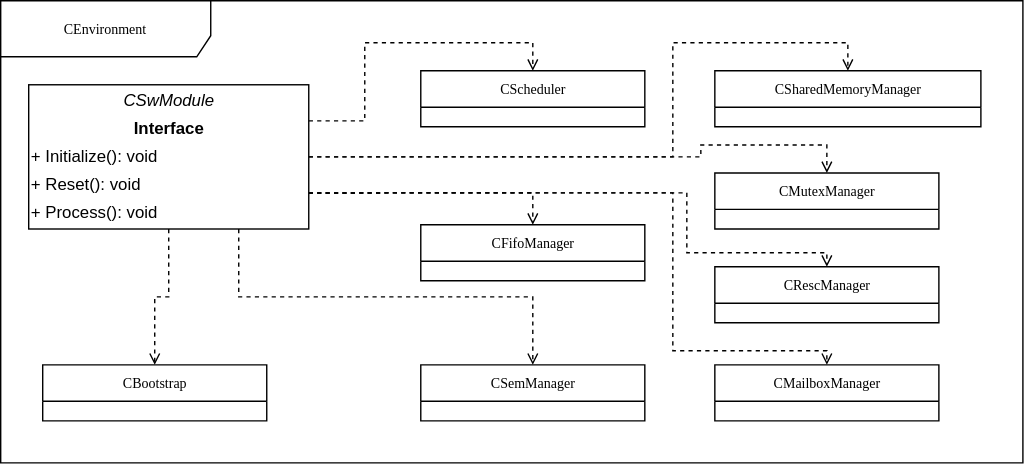
Above: svg/os-layer.svg in alexiscabana/mse_thesis (draw.io), before the change. Source tidied: cells renumbered, new cells last; positions are measured from the earlier drawing's top-left corner, leaving out a move shared by most shapes. Source of this version:
```xml
<mxGraphModel background="#ffffff">
  <root>
    <mxCell id="0" />
    <mxCell id="1" parent="0" />
    <mxCell id="2" value="CEnvironment" style="shape=umlFrame;whiteSpace=wrap;html=1;rounded=0;shadow=0;comic=0;labelBackgroundColor=none;strokeWidth=1;fontFamily=Verdana;fontSize=10;align=center;width=150;height=40;" parent="1" vertex="1">
      <mxGeometry width="730" height="330" as="geometry" />
    </mxCell>
    <mxCell id="3" value="CScheduler" style="swimlane;html=1;fontStyle=0;horizontal=1;startSize=26;fillColor=none;swimlaneFillColor=#ffffff;rounded=0;shadow=0;comic=0;labelBackgroundColor=none;strokeWidth=1;fontFamily=Verdana;fontSize=10;align=center;" parent="1" vertex="1">
      <mxGeometry x="300" y="50" width="160" height="40" as="geometry" />
    </mxCell>
    <mxCell id="4" style="edgeStyle=orthogonalEdgeStyle;rounded=0;jettySize=auto;html=1;exitX=0.5;exitY=1;exitDx=0;exitDy=0;entryX=0.5;entryY=0;entryDx=0;entryDy=0;dashed=1;endArrow=open;endFill=0;" parent="1" edge="1" source="12" target="13">
      <mxGeometry relative="1" as="geometry" />
    </mxCell>
    <mxCell id="5" style="edgeStyle=orthogonalEdgeStyle;rounded=0;jettySize=auto;html=1;exitX=1;exitY=0.75;exitDx=0;exitDy=0;entryX=0.5;entryY=0;entryDx=0;entryDy=0;dashed=1;endArrow=open;endFill=0;" parent="1" edge="1" source="12" target="14">
      <mxGeometry relative="1" as="geometry" />
    </mxCell>
    <mxCell id="6" style="edgeStyle=orthogonalEdgeStyle;rounded=0;jettySize=auto;html=1;exitX=1;exitY=0.25;exitDx=0;exitDy=0;entryX=0.5;entryY=0;entryDx=0;entryDy=0;dashed=1;endArrow=open;endFill=0;" parent="1" edge="1" source="12" target="3">
      <mxGeometry relative="1" as="geometry" />
    </mxCell>
    <mxCell id="7" style="edgeStyle=orthogonalEdgeStyle;rounded=0;jettySize=auto;html=1;exitX=1;exitY=0.5;exitDx=0;exitDy=0;entryX=0.5;entryY=0;entryDx=0;entryDy=0;dashed=1;endArrow=open;endFill=0;" parent="1" edge="1" source="12" target="17">
      <mxGeometry relative="1" as="geometry">
        <Array as="points">
          <mxPoint x="480" y="112" />
          <mxPoint x="480" y="30" />
          <mxPoint x="605" y="30" />
        </Array>
      </mxGeometry>
    </mxCell>
    <mxCell id="8" style="edgeStyle=orthogonalEdgeStyle;rounded=0;jettySize=auto;html=1;exitX=1;exitY=0.5;exitDx=0;exitDy=0;entryX=0.5;entryY=0;entryDx=0;entryDy=0;dashed=1;endArrow=open;endFill=0;" parent="1" edge="1" source="12" target="18">
      <mxGeometry relative="1" as="geometry">
        <Array as="points">
          <mxPoint x="500" y="112" />
          <mxPoint x="500" y="103" />
          <mxPoint x="590" y="103" />
        </Array>
      </mxGeometry>
    </mxCell>
    <mxCell id="9" style="edgeStyle=orthogonalEdgeStyle;rounded=0;jettySize=auto;html=1;exitX=1;exitY=0.75;exitDx=0;exitDy=0;entryX=0.5;entryY=0;entryDx=0;entryDy=0;dashed=1;endArrow=open;endFill=0;" parent="1" edge="1" source="12" target="19">
      <mxGeometry relative="1" as="geometry">
        <Array as="points">
          <mxPoint x="490" y="137" />
          <mxPoint x="490" y="180" />
          <mxPoint x="590" y="180" />
        </Array>
      </mxGeometry>
    </mxCell>
    <mxCell id="10" style="edgeStyle=orthogonalEdgeStyle;rounded=0;jettySize=auto;html=1;exitX=1;exitY=0.75;exitDx=0;exitDy=0;entryX=0.5;entryY=0;entryDx=0;entryDy=0;dashed=1;endArrow=open;endFill=0;" parent="1" edge="1" source="12" target="16">
      <mxGeometry relative="1" as="geometry">
        <Array as="points">
          <mxPoint x="480" y="137" />
          <mxPoint x="480" y="250" />
          <mxPoint x="590" y="250" />
        </Array>
      </mxGeometry>
    </mxCell>
    <mxCell id="11" style="edgeStyle=orthogonalEdgeStyle;rounded=0;jettySize=auto;html=1;exitX=0.75;exitY=1;exitDx=0;exitDy=0;entryX=0.5;entryY=0;entryDx=0;entryDy=0;dashed=1;endArrow=open;endFill=0;" parent="1" edge="1" source="12" target="15">
      <mxGeometry relative="1" as="geometry" />
    </mxCell>
    <mxCell id="12" style="verticalAlign=top;align=left;overflow=fill;fontSize=12;fontFamily=Helvetica;html=1;rounded=0;shadow=0;comic=0;labelBackgroundColor=none;strokeWidth=1;" parent="1" vertex="1">
      <mxGeometry x="20" y="60" width="200" height="103" as="geometry" />
    </mxCell>
    <mxCell id="13" value="CBootstrap" style="swimlane;html=1;fontStyle=0;horizontal=1;startSize=26;fillColor=none;swimlaneFillColor=#ffffff;rounded=0;shadow=0;comic=0;labelBackgroundColor=none;strokeWidth=1;fontFamily=Verdana;fontSize=10;align=center;" parent="1" vertex="1">
      <mxGeometry x="30" y="260" width="160" height="40" as="geometry" />
    </mxCell>
    <mxCell id="14" value="CFifoManager" style="swimlane;html=1;fontStyle=0;horizontal=1;startSize=26;fillColor=none;swimlaneFillColor=#ffffff;rounded=0;shadow=0;comic=0;labelBackgroundColor=none;strokeWidth=1;fontFamily=Verdana;fontSize=10;align=center;" parent="1" vertex="1">
      <mxGeometry x="300" y="160" width="160" height="40" as="geometry" />
    </mxCell>
    <mxCell id="15" value="CSemManager" style="swimlane;html=1;fontStyle=0;horizontal=1;startSize=26;fillColor=none;swimlaneFillColor=#ffffff;rounded=0;shadow=0;comic=0;labelBackgroundColor=none;strokeWidth=1;fontFamily=Verdana;fontSize=10;align=center;" parent="1" vertex="1">
      <mxGeometry x="300" y="260" width="160" height="40" as="geometry" />
    </mxCell>
    <mxCell id="16" value="CMailboxManager" style="swimlane;html=1;fontStyle=0;horizontal=1;startSize=26;fillColor=none;swimlaneFillColor=#ffffff;rounded=0;shadow=0;comic=0;labelBackgroundColor=none;strokeWidth=1;fontFamily=Verdana;fontSize=10;align=center;" parent="1" vertex="1">
      <mxGeometry x="510" y="260" width="160" height="40" as="geometry" />
    </mxCell>
    <mxCell id="17" value="CSharedMemoryManager" style="swimlane;html=1;fontStyle=0;horizontal=1;startSize=26;fillColor=none;swimlaneFillColor=#ffffff;rounded=0;shadow=0;comic=0;labelBackgroundColor=none;strokeWidth=1;fontFamily=Verdana;fontSize=10;align=center;" parent="1" vertex="1">
      <mxGeometry x="510" y="50" width="190" height="40" as="geometry" />
    </mxCell>
    <mxCell id="18" value="CMutexManager" style="swimlane;html=1;fontStyle=0;horizontal=1;startSize=26;fillColor=none;swimlaneFillColor=#ffffff;rounded=0;shadow=0;comic=0;labelBackgroundColor=none;strokeWidth=1;fontFamily=Verdana;fontSize=10;align=center;" parent="1" vertex="1">
      <mxGeometry x="510" y="123" width="160" height="40" as="geometry" />
    </mxCell>
    <mxCell id="19" value="CRescManager" style="swimlane;html=1;fontStyle=0;horizontal=1;startSize=26;fillColor=none;swimlaneFillColor=#ffffff;rounded=0;shadow=0;comic=0;labelBackgroundColor=none;strokeWidth=1;fontFamily=Verdana;fontSize=10;align=center;" parent="1" vertex="1">
      <mxGeometry x="510" y="190" width="160" height="40" as="geometry" />
    </mxCell>
    <mxCell id="20" value="Interface" style="text;html=1;align=center;verticalAlign=middle;fontStyle=1;" parent="1" vertex="1">
      <mxGeometry x="85" y="81.5" width="70" height="20" as="geometry" />
    </mxCell>
    <mxCell id="21" value="&lt;p style=&quot;margin: 0px ; margin-left: 4px&quot;&gt;&lt;br&gt;&lt;/p&gt;" style="text;html=1;align=left;verticalAlign=middle;" parent="1" vertex="1">
      <mxGeometry x="20" y="143" width="20" height="20" as="geometry" />
    </mxCell>
    <mxCell id="22" value="CSwModule" style="text;html=1;align=center;verticalAlign=middle;fontStyle=2;" parent="1" vertex="1">
      <mxGeometry x="80" y="61.5" width="80" height="20" as="geometry" />
    </mxCell>
    <mxCell id="23" value="+ Initialize(): void" style="text;html=1;strokeColor=none;fillColor=none;align=left;verticalAlign=middle;whiteSpace=wrap;rounded=0;" parent="1" vertex="1">
      <mxGeometry x="20" y="101.5" width="170" height="20" as="geometry" />
    </mxCell>
    <mxCell id="24" value="+ Reset(): void" style="text;html=1;strokeColor=none;fillColor=none;align=left;verticalAlign=middle;whiteSpace=wrap;rounded=0;" parent="1" vertex="1">
      <mxGeometry x="20" y="121.5" width="170" height="20" as="geometry" />
    </mxCell>
    <mxCell id="25" value="+ Process(): void" style="text;html=1;strokeColor=none;fillColor=none;align=left;verticalAlign=middle;whiteSpace=wrap;rounded=0;" parent="1" vertex="1">
      <mxGeometry x="20" y="141.5" width="180" height="20" as="geometry" />
    </mxCell>
  </root>
</mxGraphModel>
```
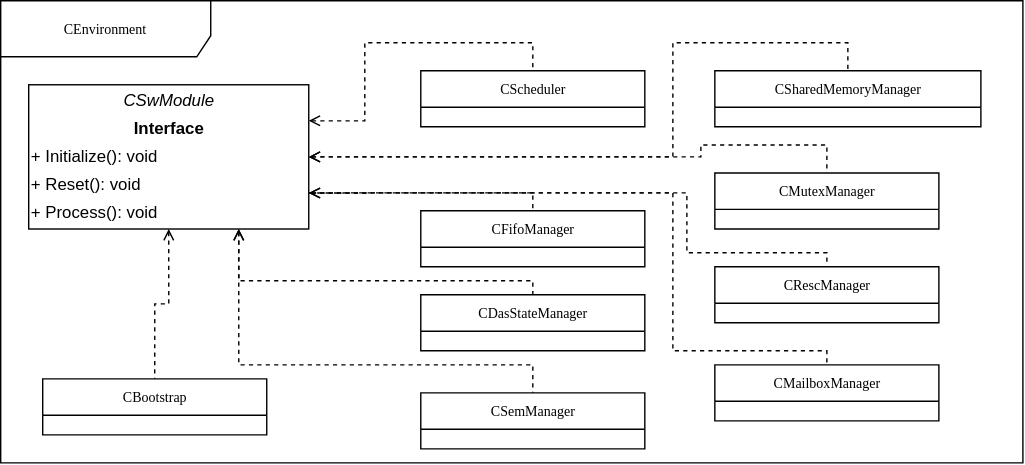
The same file after the commit.

Diff of the diagram source:
```diff
@@ -8,16 +8,20 @@
     <mxCell id="3" value="CScheduler" style="swimlane;html=1;fontStyle=0;horizontal=1;startSize=26;fillColor=none;swimlaneFillColor=#ffffff;rounded=0;shadow=0;comic=0;labelBackgroundColor=none;strokeWidth=1;fontFamily=Verdana;fontSize=10;align=center;" parent="1" vertex="1">
       <mxGeometry x="300" y="50" width="160" height="40" as="geometry" />
     </mxCell>
-    <mxCell id="4" style="edgeStyle=orthogonalEdgeStyle;rounded=0;jettySize=auto;html=1;exitX=0.5;exitY=1;exitDx=0;exitDy=0;entryX=0.5;entryY=0;entryDx=0;entryDy=0;dashed=1;endArrow=open;endFill=0;" parent="1" edge="1" source="12" target="13">
+    <mxCell id="4" style="edgeStyle=orthogonalEdgeStyle;rounded=0;jettySize=auto;html=1;exitX=0.5;exitY=1;exitDx=0;exitDy=0;entryX=0.5;entryY=0;entryDx=0;entryDy=0;dashed=1;endArrow=none;endFill=0;startArrow=open;startFill=0;" parent="1" edge="1" source="12" target="13">
       <mxGeometry relative="1" as="geometry" />
     </mxCell>
-    <mxCell id="5" style="edgeStyle=orthogonalEdgeStyle;rounded=0;jettySize=auto;html=1;exitX=1;exitY=0.75;exitDx=0;exitDy=0;entryX=0.5;entryY=0;entryDx=0;entryDy=0;dashed=1;endArrow=open;endFill=0;" parent="1" edge="1" source="12" target="14">
-      <mxGeometry relative="1" as="geometry" />
+    <mxCell id="5" style="edgeStyle=orthogonalEdgeStyle;rounded=0;jettySize=auto;html=1;exitX=1;exitY=0.75;exitDx=0;exitDy=0;entryX=0.5;entryY=0;entryDx=0;entryDy=0;dashed=1;endArrow=none;endFill=0;startArrow=none;startFill=0;" parent="1" edge="1" source="12" target="14">
+      <mxGeometry relative="1" as="geometry">
+        <Array as="points">
+          <mxPoint x="380" y="137" />
+        </Array>
+      </mxGeometry>
     </mxCell>
-    <mxCell id="6" style="edgeStyle=orthogonalEdgeStyle;rounded=0;jettySize=auto;html=1;exitX=1;exitY=0.25;exitDx=0;exitDy=0;entryX=0.5;entryY=0;entryDx=0;entryDy=0;dashed=1;endArrow=open;endFill=0;" parent="1" edge="1" source="12" target="3">
+    <mxCell id="6" style="edgeStyle=orthogonalEdgeStyle;rounded=0;jettySize=auto;html=1;exitX=1;exitY=0.25;exitDx=0;exitDy=0;entryX=0.5;entryY=0;entryDx=0;entryDy=0;dashed=1;endArrow=none;endFill=0;startArrow=open;startFill=0;" parent="1" edge="1" source="12" target="3">
       <mxGeometry relative="1" as="geometry" />
     </mxCell>
-    <mxCell id="7" style="edgeStyle=orthogonalEdgeStyle;rounded=0;jettySize=auto;html=1;exitX=1;exitY=0.5;exitDx=0;exitDy=0;entryX=0.5;entryY=0;entryDx=0;entryDy=0;dashed=1;endArrow=open;endFill=0;" parent="1" edge="1" source="12" target="17">
+    <mxCell id="7" style="edgeStyle=orthogonalEdgeStyle;rounded=0;jettySize=auto;html=1;exitX=1;exitY=0.5;exitDx=0;exitDy=0;entryX=0.5;entryY=0;entryDx=0;entryDy=0;dashed=1;endArrow=none;endFill=0;startArrow=open;startFill=0;" parent="1" edge="1" source="12" target="17">
       <mxGeometry relative="1" as="geometry">
         <Array as="points">
           <mxPoint x="480" y="112" />
@@ -26,7 +30,7 @@
         </Array>
       </mxGeometry>
     </mxCell>
-    <mxCell id="8" style="edgeStyle=orthogonalEdgeStyle;rounded=0;jettySize=auto;html=1;exitX=1;exitY=0.5;exitDx=0;exitDy=0;entryX=0.5;entryY=0;entryDx=0;entryDy=0;dashed=1;endArrow=open;endFill=0;" parent="1" edge="1" source="12" target="18">
+    <mxCell id="8" style="edgeStyle=orthogonalEdgeStyle;rounded=0;jettySize=auto;html=1;exitX=1;exitY=0.5;exitDx=0;exitDy=0;entryX=0.5;entryY=0;entryDx=0;entryDy=0;dashed=1;endArrow=none;endFill=0;startArrow=open;startFill=0;" parent="1" edge="1" source="12" target="18">
       <mxGeometry relative="1" as="geometry">
         <Array as="points">
           <mxPoint x="500" y="112" />
@@ -35,7 +39,7 @@
         </Array>
       </mxGeometry>
     </mxCell>
-    <mxCell id="9" style="edgeStyle=orthogonalEdgeStyle;rounded=0;jettySize=auto;html=1;exitX=1;exitY=0.75;exitDx=0;exitDy=0;entryX=0.5;entryY=0;entryDx=0;entryDy=0;dashed=1;endArrow=open;endFill=0;" parent="1" edge="1" source="12" target="19">
+    <mxCell id="9" style="edgeStyle=orthogonalEdgeStyle;rounded=0;jettySize=auto;html=1;exitX=1;exitY=0.75;exitDx=0;exitDy=0;entryX=0.5;entryY=0;entryDx=0;entryDy=0;dashed=1;endArrow=none;endFill=0;startArrow=open;startFill=0;" parent="1" edge="1" source="12" target="19">
       <mxGeometry relative="1" as="geometry">
         <Array as="points">
           <mxPoint x="490" y="137" />
@@ -44,7 +48,7 @@
         </Array>
       </mxGeometry>
     </mxCell>
-    <mxCell id="10" style="edgeStyle=orthogonalEdgeStyle;rounded=0;jettySize=auto;html=1;exitX=1;exitY=0.75;exitDx=0;exitDy=0;entryX=0.5;entryY=0;entryDx=0;entryDy=0;dashed=1;endArrow=open;endFill=0;" parent="1" edge="1" source="12" target="16">
+    <mxCell id="10" style="edgeStyle=orthogonalEdgeStyle;rounded=0;jettySize=auto;html=1;exitX=1;exitY=0.75;exitDx=0;exitDy=0;entryX=0.5;entryY=0;entryDx=0;entryDy=0;dashed=1;endArrow=none;endFill=0;startArrow=open;startFill=0;" parent="1" edge="1" source="12" target="16">
       <mxGeometry relative="1" as="geometry">
         <Array as="points">
           <mxPoint x="480" y="137" />
@@ -53,20 +57,36 @@
         </Array>
       </mxGeometry>
     </mxCell>
-    <mxCell id="11" style="edgeStyle=orthogonalEdgeStyle;rounded=0;jettySize=auto;html=1;exitX=0.75;exitY=1;exitDx=0;exitDy=0;entryX=0.5;entryY=0;entryDx=0;entryDy=0;dashed=1;endArrow=open;endFill=0;" parent="1" edge="1" source="12" target="15">
-      <mxGeometry relative="1" as="geometry" />
+    <mxCell id="11" style="edgeStyle=orthogonalEdgeStyle;rounded=0;jettySize=auto;html=1;exitX=0.75;exitY=1;exitDx=0;exitDy=0;entryX=0.5;entryY=0;entryDx=0;entryDy=0;dashed=1;endArrow=none;endFill=0;startArrow=open;startFill=0;" parent="1" edge="1" source="12" target="15">
+      <mxGeometry relative="1" as="geometry">
+        <Array as="points">
+          <mxPoint x="170" y="260" />
+          <mxPoint x="380" y="260" />
+        </Array>
+      </mxGeometry>
     </mxCell>
+    <mxCell id="26" style="edgeStyle=orthogonalEdgeStyle;rounded=0;jettySize=auto;html=1;exitX=0.75;exitY=1;exitDx=0;exitDy=0;entryX=0.5;entryY=0;entryDx=0;entryDy=0;strokeColor=none;dashed=1;" parent="1" edge="1" source="12" target="28">
+      <mxGeometry relative="1" as="geometry" />
+    </mxCell>
+    <mxCell id="27" style="edgeStyle=orthogonalEdgeStyle;rounded=0;jettySize=auto;html=1;exitX=0.75;exitY=1;exitDx=0;exitDy=0;entryX=0.5;entryY=0;entryDx=0;entryDy=0;dashed=1;endArrow=none;endFill=0;startArrow=open;startFill=0;" parent="1" edge="1" source="12" target="28">
+      <mxGeometry relative="1" as="geometry">
+        <Array as="points">
+          <mxPoint x="170" y="200" />
+          <mxPoint x="380" y="200" />
+        </Array>
+      </mxGeometry>
+    </mxCell>
     <mxCell id="12" style="verticalAlign=top;align=left;overflow=fill;fontSize=12;fontFamily=Helvetica;html=1;rounded=0;shadow=0;comic=0;labelBackgroundColor=none;strokeWidth=1;" parent="1" vertex="1">
       <mxGeometry x="20" y="60" width="200" height="103" as="geometry" />
     </mxCell>
     <mxCell id="13" value="CBootstrap" style="swimlane;html=1;fontStyle=0;horizontal=1;startSize=26;fillColor=none;swimlaneFillColor=#ffffff;rounded=0;shadow=0;comic=0;labelBackgroundColor=none;strokeWidth=1;fontFamily=Verdana;fontSize=10;align=center;" parent="1" vertex="1">
-      <mxGeometry x="30" y="260" width="160" height="40" as="geometry" />
+      <mxGeometry x="30" y="270" width="160" height="40" as="geometry" />
     </mxCell>
     <mxCell id="14" value="CFifoManager" style="swimlane;html=1;fontStyle=0;horizontal=1;startSize=26;fillColor=none;swimlaneFillColor=#ffffff;rounded=0;shadow=0;comic=0;labelBackgroundColor=none;strokeWidth=1;fontFamily=Verdana;fontSize=10;align=center;" parent="1" vertex="1">
-      <mxGeometry x="300" y="160" width="160" height="40" as="geometry" />
+      <mxGeometry x="300" y="150" width="160" height="40" as="geometry" />
     </mxCell>
     <mxCell id="15" value="CSemManager" style="swimlane;html=1;fontStyle=0;horizontal=1;startSize=26;fillColor=none;swimlaneFillColor=#ffffff;rounded=0;shadow=0;comic=0;labelBackgroundColor=none;strokeWidth=1;fontFamily=Verdana;fontSize=10;align=center;" parent="1" vertex="1">
-      <mxGeometry x="300" y="260" width="160" height="40" as="geometry" />
+      <mxGeometry x="300" y="280" width="160" height="40" as="geometry" />
     </mxCell>
     <mxCell id="16" value="CMailboxManager" style="swimlane;html=1;fontStyle=0;horizontal=1;startSize=26;fillColor=none;swimlaneFillColor=#ffffff;rounded=0;shadow=0;comic=0;labelBackgroundColor=none;strokeWidth=1;fontFamily=Verdana;fontSize=10;align=center;" parent="1" vertex="1">
       <mxGeometry x="510" y="260" width="160" height="40" as="geometry" />
@@ -98,5 +118,8 @@
     <mxCell id="25" value="+ Process(): void" style="text;html=1;strokeColor=none;fillColor=none;align=left;verticalAlign=middle;whiteSpace=wrap;rounded=0;" parent="1" vertex="1">
       <mxGeometry x="20" y="141.5" width="180" height="20" as="geometry" />
     </mxCell>
+    <mxCell id="28" value="CDasStateManager" style="swimlane;html=1;fontStyle=0;horizontal=1;startSize=26;fillColor=none;swimlaneFillColor=#ffffff;rounded=0;shadow=0;comic=0;labelBackgroundColor=none;strokeWidth=1;fontFamily=Verdana;fontSize=10;align=center;" parent="1" vertex="1">
+      <mxGeometry x="300" y="210" width="160" height="40" as="geometry" />
+    </mxCell>
   </root>
 </mxGraphModel>
```
